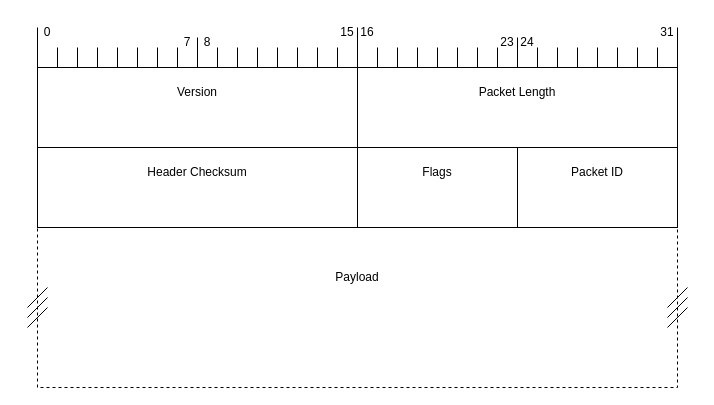
This is spec/assets/packet-diagram.drawio from threadexio/channels-rs, a draw.io file, before an edit. Source tidied: cells renumbered, new cells numbered last; positions are measured from the earlier drawing's top-left corner, leaving out a move shared by most shapes. Both pictures are drawn from the tidied source at 100%, with x=0, y=0 at pixel (17, 17).
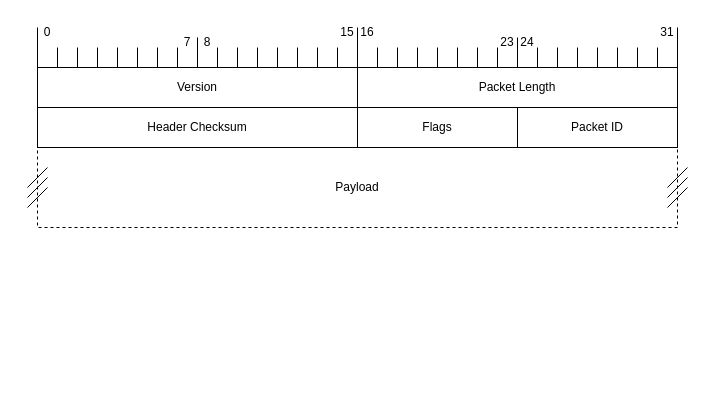
The same diagram, later.

Diff of the diagram source:
```diff
@@
-    <mxCell id="2" style="group;" parent="1" vertex="1">
-      <mxGeometry x="20" y="210" width="640" height="160" as="geometry" />
-    </mxCell>
-    <mxCell id="3" style="rounded=0;whiteSpace=wrap;html=1;dashed=1;" parent="2" vertex="1">
-      <mxGeometry width="640" height="160" as="geometry" />
+    <mxCell id="3" style="rounded=0;whiteSpace=wrap;html=1;dashed=1;" parent="1" vertex="1">
+      <mxGeometry x="20" y="130" width="640" height="80" as="geometry" />
     </mxCell>
-    <mxCell id="4" value="Payload" style="text;html=1;strokeColor=none;fillColor=none;align=center;verticalAlign=middle;whiteSpace=wrap;rounded=0;" parent="2" vertex="1">
-      <mxGeometry y="20" width="640" height="60" as="geometry" />
+    <mxCell id="4" value="Payload" style="text;html=1;strokeColor=none;fillColor=none;align=center;verticalAlign=middle;whiteSpace=wrap;rounded=0;" parent="1" vertex="1">
+      <mxGeometry x="20" y="140" width="640" height="60" as="geometry" />
     </mxCell>
@@
-    <mxCell id="26" style="group;" parent="1" vertex="1">
-      <mxGeometry x="20" y="50" width="320" height="80" as="geometry" />
-    </mxCell>
-    <mxCell id="27" style="rounded=0;whiteSpace=wrap;html=1;" parent="26" vertex="1">
-      <mxGeometry width="320" height="80" as="geometry" />
-    </mxCell>
-    <mxCell id="28" value="Version" style="text;html=1;strokeColor=none;fillColor=none;align=center;verticalAlign=middle;whiteSpace=wrap;rounded=0;" parent="26" vertex="1">
-      <mxGeometry y="10" width="320" height="30" as="geometry" />
-    </mxCell>
-    <mxCell id="29" style="group;" parent="1" vertex="1">
-      <mxGeometry x="340" y="50" width="320" height="80" as="geometry" />
-    </mxCell>
-    <mxCell id="30" style="rounded=0;whiteSpace=wrap;html=1;" parent="29" vertex="1">
-      <mxGeometry width="320" height="80" as="geometry" />
-    </mxCell>
-    <mxCell id="31" value="&lt;div&gt;Packet Length&lt;/div&gt;" style="text;html=1;strokeColor=none;fillColor=none;align=center;verticalAlign=middle;whiteSpace=wrap;rounded=0;" parent="29" vertex="1">
-      <mxGeometry y="10" width="320" height="30" as="geometry" />
-    </mxCell>
-    <mxCell id="32" style="group;" parent="1" vertex="1">
-      <mxGeometry x="20" y="130" width="320" height="80" as="geometry" />
-    </mxCell>
-    <mxCell id="33" style="rounded=0;whiteSpace=wrap;html=1;" parent="32" vertex="1">
-      <mxGeometry width="320" height="80" as="geometry" />
-    </mxCell>
-    <mxCell id="34" value="Header Checksum" style="text;html=1;strokeColor=none;fillColor=none;align=center;verticalAlign=middle;whiteSpace=wrap;rounded=0;" parent="32" vertex="1">
-      <mxGeometry y="10" width="320" height="30" as="geometry" />
-    </mxCell>
-    <mxCell id="35" style="group;" parent="1" vertex="1">
-      <mxGeometry x="10" y="270" width="20" height="40" as="geometry" />
-    </mxCell>
-    <mxCell id="36" style="endArrow=none;html=1;rounded=0;" parent="35" edge="1">
-      <mxGeometry relative="1" as="geometry">
-        <mxPoint y="30" as="sourcePoint" />
-        <mxPoint x="20" y="10" as="targetPoint" />
-      </mxGeometry>
-    </mxCell>
-    <mxCell id="37" style="endArrow=none;html=1;rounded=0;" parent="35" edge="1">
-      <mxGeometry relative="1" as="geometry">
-        <mxPoint y="40" as="sourcePoint" />
-        <mxPoint x="20" y="20" as="targetPoint" />
-      </mxGeometry>
-    </mxCell>
-    <mxCell id="38" style="endArrow=none;html=1;rounded=0;" parent="35" edge="1">
-      <mxGeometry relative="1" as="geometry">
-        <mxPoint y="20" as="sourcePoint" />
-        <mxPoint x="20" as="targetPoint" />
-      </mxGeometry>
-    </mxCell>
-    <mxCell id="39" style="group;" parent="1" vertex="1">
-      <mxGeometry x="650" y="270" width="20" height="40" as="geometry" />
-    </mxCell>
-    <mxCell id="40" style="endArrow=none;html=1;rounded=0;" parent="39" edge="1">
-      <mxGeometry relative="1" as="geometry">
-        <mxPoint y="30" as="sourcePoint" />
-        <mxPoint x="20" y="10" as="targetPoint" />
-      </mxGeometry>
-    </mxCell>
-    <mxCell id="41" style="endArrow=none;html=1;rounded=0;" parent="39" edge="1">
-      <mxGeometry relative="1" as="geometry">
-        <mxPoint y="40" as="sourcePoint" />
-        <mxPoint x="20" y="20" as="targetPoint" />
-      </mxGeometry>
-    </mxCell>
-    <mxCell id="42" style="endArrow=none;html=1;rounded=0;" parent="39" edge="1">
-      <mxGeometry relative="1" as="geometry">
-        <mxPoint y="20" as="sourcePoint" />
-        <mxPoint x="20" as="targetPoint" />
-      </mxGeometry>
-    </mxCell>
@@
-    <mxCell id="63" style="group;" parent="1" vertex="1">
-      <mxGeometry x="500" y="130" width="160" height="80" as="geometry" />
-    </mxCell>
+    <mxCell id="66" value="&amp;nbsp;" style="text;whiteSpace=wrap;html=1;" parent="1" vertex="1">
+      <mxGeometry x="640" y="10" width="40" height="40" as="geometry" />
+    </mxCell>
+    <mxCell id="68" style="rounded=0;whiteSpace=wrap;html=1;" parent="1" vertex="1">
+      <mxGeometry x="340" y="90" width="160" height="40" as="geometry" />
+    </mxCell>
+    <mxCell id="69" value="Flags" style="text;html=1;strokeColor=none;fillColor=none;align=center;verticalAlign=middle;whiteSpace=wrap;rounded=0;" parent="1" vertex="1">
+      <mxGeometry x="340" y="100" width="160" height="20" as="geometry" />
+    </mxCell>
-    <mxCell id="64" style="rounded=0;whiteSpace=wrap;html=1;" parent="63" vertex="1">
-      <mxGeometry width="160" height="80" as="geometry" />
+    <mxCell id="64" style="rounded=0;whiteSpace=wrap;html=1;" parent="1" vertex="1">
+      <mxGeometry x="500" y="90" width="160" height="40" as="geometry" />
     </mxCell>
-    <mxCell id="65" value="Packet ID" style="text;html=1;strokeColor=none;fillColor=none;align=center;verticalAlign=middle;whiteSpace=wrap;rounded=0;" parent="63" vertex="1">
-      <mxGeometry y="10" width="160" height="30" as="geometry" />
+    <mxCell id="65" value="Packet ID" style="text;html=1;strokeColor=none;fillColor=none;align=center;verticalAlign=middle;whiteSpace=wrap;rounded=0;" parent="1" vertex="1">
+      <mxGeometry x="500" y="100" width="160" height="20" as="geometry" />
     </mxCell>
-    <mxCell id="66" value="&amp;nbsp;" style="text;whiteSpace=wrap;html=1;" parent="1" vertex="1">
-      <mxGeometry x="640" y="10" width="40" height="40" as="geometry" />
-    </mxCell>
-    <mxCell id="67" style="group;" parent="1" vertex="1">
-      <mxGeometry x="340" y="130" width="160" height="80" as="geometry" />
-    </mxCell>
-    <mxCell id="68" style="rounded=0;whiteSpace=wrap;html=1;" parent="67" vertex="1">
-      <mxGeometry width="160" height="80" as="geometry" />
-    </mxCell>
-    <mxCell id="69" value="Flags" style="text;html=1;strokeColor=none;fillColor=none;align=center;verticalAlign=middle;whiteSpace=wrap;rounded=0;" parent="67" vertex="1">
-      <mxGeometry y="10" width="160" height="30" as="geometry" />
-    </mxCell>
+    <mxCell id="30" style="rounded=0;whiteSpace=wrap;html=1;" parent="1" vertex="1">
+      <mxGeometry x="340" y="50" width="320" height="40" as="geometry" />
+    </mxCell>
+    <mxCell id="31" value="&lt;div&gt;Packet Length&lt;/div&gt;" style="text;html=1;strokeColor=none;fillColor=none;align=center;verticalAlign=middle;whiteSpace=wrap;rounded=0;" parent="1" vertex="1">
+      <mxGeometry x="340" y="60" width="320" height="20" as="geometry" />
+    </mxCell>
+    <mxCell id="27" style="rounded=0;whiteSpace=wrap;html=1;" parent="1" vertex="1">
+      <mxGeometry x="20" y="50" width="320" height="40" as="geometry" />
+    </mxCell>
+    <mxCell id="28" value="Version" style="text;html=1;strokeColor=none;fillColor=none;align=center;verticalAlign=middle;whiteSpace=wrap;rounded=0;" parent="1" vertex="1">
+      <mxGeometry x="20" y="60" width="320" height="20" as="geometry" />
+    </mxCell>
+    <mxCell id="33" style="rounded=0;whiteSpace=wrap;html=1;" parent="1" vertex="1">
+      <mxGeometry x="20" y="90" width="320" height="40" as="geometry" />
+    </mxCell>
+    <mxCell id="34" value="Header Checksum" style="text;html=1;strokeColor=none;fillColor=none;align=center;verticalAlign=middle;whiteSpace=wrap;rounded=0;" parent="1" vertex="1">
+      <mxGeometry x="20" y="100" width="320" height="20" as="geometry" />
+    </mxCell>
+    <mxCell id="70" style="group;" parent="1" vertex="1">
+      <mxGeometry x="10" y="150" width="20" height="40" as="geometry" />
+    </mxCell>
+    <mxCell id="71" style="endArrow=none;html=1;" parent="70" edge="1">
+      <mxGeometry relative="1" as="geometry">
+        <mxPoint y="20" as="sourcePoint" />
+        <mxPoint x="20" as="targetPoint" />
+      </mxGeometry>
+    </mxCell>
+    <mxCell id="72" style="endArrow=none;html=1;" parent="70" edge="1">
+      <mxGeometry relative="1" as="geometry">
+        <mxPoint y="30" as="sourcePoint" />
+        <mxPoint x="20" y="10" as="targetPoint" />
+      </mxGeometry>
+    </mxCell>
+    <mxCell id="73" style="endArrow=none;html=1;" parent="70" edge="1">
+      <mxGeometry relative="1" as="geometry">
+        <mxPoint y="40" as="sourcePoint" />
+        <mxPoint x="20" y="20" as="targetPoint" />
+      </mxGeometry>
+    </mxCell>
+    <mxCell id="74" style="group;" parent="1" vertex="1">
+      <mxGeometry x="650" y="150" width="20" height="40" as="geometry" />
+    </mxCell>
+    <mxCell id="75" style="endArrow=none;html=1;" parent="74" edge="1">
+      <mxGeometry relative="1" as="geometry">
+        <mxPoint y="20" as="sourcePoint" />
+        <mxPoint x="20" as="targetPoint" />
+      </mxGeometry>
+    </mxCell>
+    <mxCell id="76" style="endArrow=none;html=1;" parent="74" edge="1">
+      <mxGeometry relative="1" as="geometry">
+        <mxPoint y="30" as="sourcePoint" />
+        <mxPoint x="20" y="10" as="targetPoint" />
+      </mxGeometry>
+    </mxCell>
+    <mxCell id="77" style="endArrow=none;html=1;" parent="74" edge="1">
+      <mxGeometry relative="1" as="geometry">
+        <mxPoint y="40" as="sourcePoint" />
+        <mxPoint x="20" y="20" as="targetPoint" />
+      </mxGeometry>
+    </mxCell>
```
